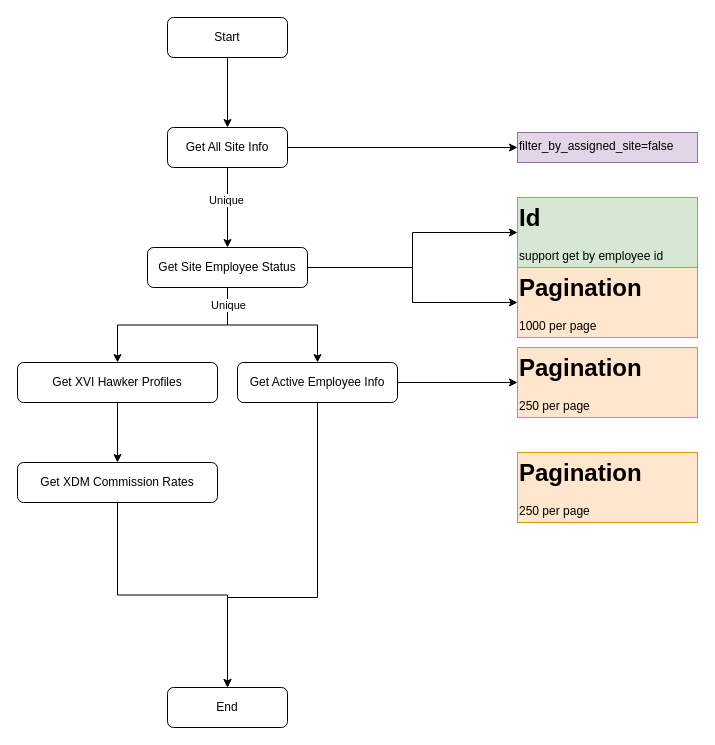
Above: Hawker-Profile-Flow.drawio in SmileSB1O1/draw-active (draw.io), before the change. Source tidied: cells renumbered, new cells numbered last; positions are measured from the earlier drawing's top-left corner, leaving out a move shared by most shapes. Both pictures are drawn from the tidied source at 100%, with x=0, y=0 at pixel (17, 17).
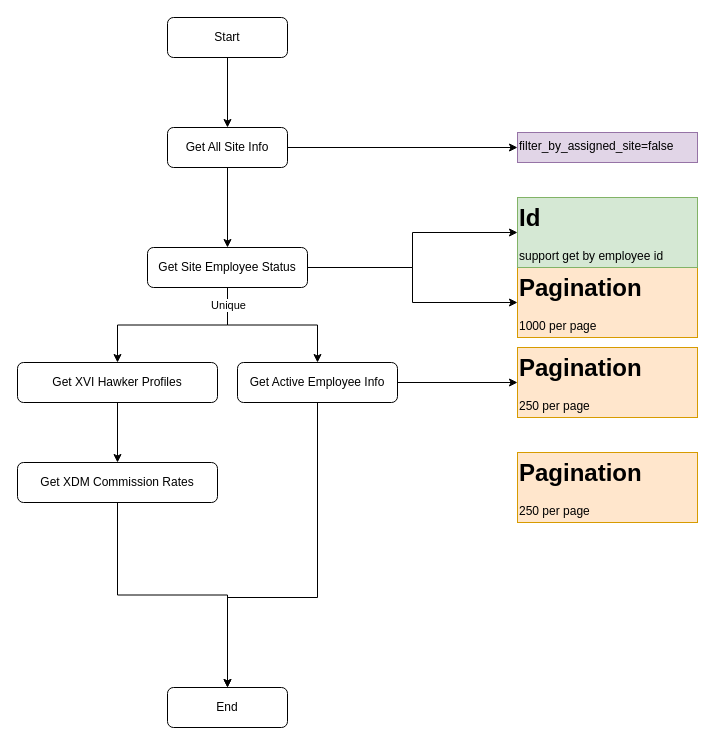
The same diagram, later.

The change refers to these unchanged cells:
```xml
<mxCell id="4" style="edgeStyle=orthogonalEdgeStyle;rounded=0;jettySize=auto;html=1;" parent="1" edge="1" source="7" target="13">
  <mxGeometry relative="1" as="geometry" />
</mxCell>
```

Diff of the diagram source:
```diff
@@
-    <mxCell id="5" value="Unique" style="edgeLabel;html=1;align=center;verticalAlign=middle;" parent="4" vertex="1">
-      <mxGeometry x="-0.19" y="-2" relative="1" as="geometry" />
-    </mxCell>
```
